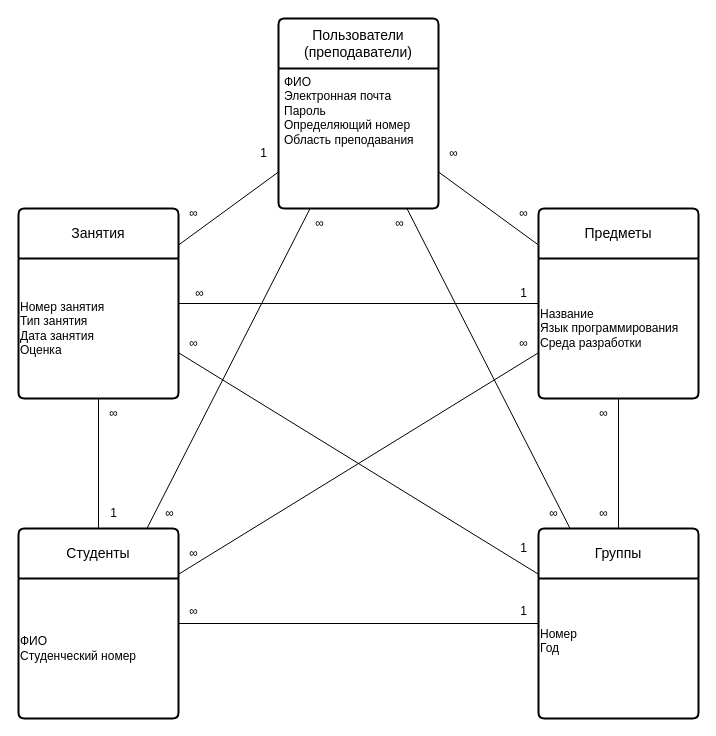
Before: ERD_Concept.drawio in PaulMatthewss/PP2, a draw.io diagram. Source tidied: cells renumbered, new cells numbered last; positions are measured from the earlier drawing's top-left corner, leaving out a move shared by most shapes. Both pictures are drawn from the tidied source at 100%, with x=0, y=0 at pixel (18, 18).
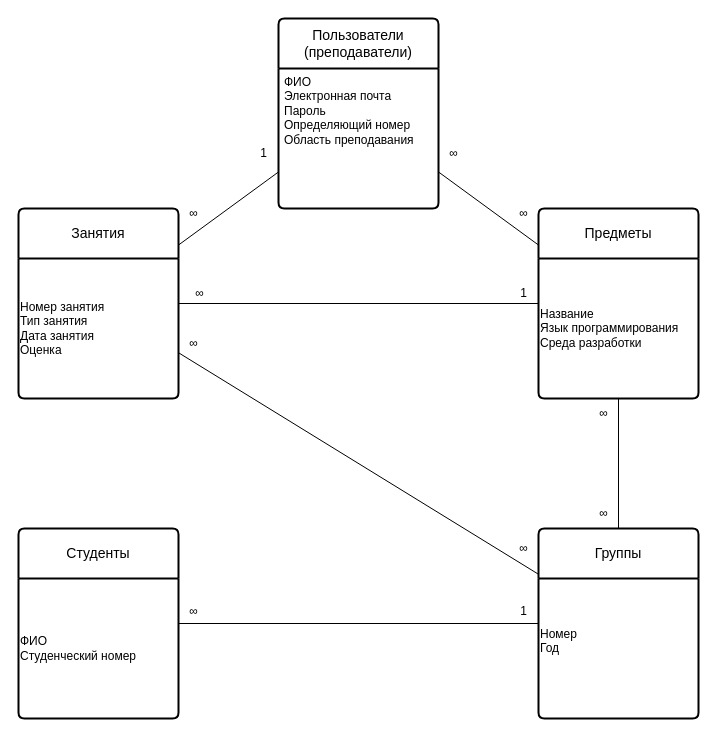
The same diagram, later.

Unchanged cells that the change refers to:
```xml
<mxCell id="2" value="Пользователи (преподаватели)" style="swimlane;horizontal=1;startSize=50;rounded=1;fontSize=14;fontStyle=0;strokeWidth=2;shadow=0;dashed=0;align=center;arcSize=4;whiteSpace=wrap;html=1;" parent="1" vertex="1">
  <mxGeometry x="260" width="160" height="190" as="geometry" />
</mxCell>
<mxCell id="4" value="Группы" style="swimlane;horizontal=1;startSize=50;rounded=1;fontSize=14;fontStyle=0;strokeWidth=2;shadow=0;dashed=0;align=center;arcSize=4;whiteSpace=wrap;html=1;" parent="1" vertex="1">
  <mxGeometry x="520" y="510" width="160" height="190" as="geometry" />
</mxCell>
<mxCell id="6" value="Студенты" style="swimlane;horizontal=1;startSize=50;rounded=1;fontSize=14;fontStyle=0;strokeWidth=2;shadow=0;dashed=0;align=center;arcSize=4;whiteSpace=wrap;html=1;" parent="1" vertex="1">
  <mxGeometry y="510" width="160" height="190" as="geometry" />
</mxCell>
<mxCell id="8" value="Предметы" style="swimlane;horizontal=1;startSize=50;rounded=1;fontSize=14;fontStyle=0;strokeWidth=2;shadow=0;dashed=0;align=center;arcSize=4;whiteSpace=wrap;html=1;" parent="1" vertex="1">
  <mxGeometry x="520" y="190" width="160" height="190" as="geometry" />
</mxCell>
<mxCell id="10" value="Занятия" style="swimlane;horizontal=1;startSize=50;rounded=1;fontSize=14;fontStyle=0;strokeWidth=2;shadow=0;dashed=0;align=center;arcSize=4;whiteSpace=wrap;html=1;" parent="1" vertex="1">
  <mxGeometry y="190" width="160" height="190" as="geometry" />
</mxCell>
```

Diff of the diagram source:
```diff
@@
-    <mxCell id="12" style="endArrow=none;html=1;rounded=0;" parent="1" edge="1" source="2" target="4">
-      <mxGeometry relative="1" as="geometry" />
-    </mxCell>
-    <mxCell id="13" style="endArrow=none;html=1;rounded=0;" parent="1" edge="1" source="2" target="6">
-      <mxGeometry relative="1" as="geometry" />
-    </mxCell>
@@
-    <mxCell id="18" style="endArrow=none;html=1;rounded=0;" parent="1" edge="1" source="6" target="10">
-      <mxGeometry relative="1" as="geometry" />
-    </mxCell>
@@
-    <mxCell id="23" value="∞" style="text;html=1;align=center;verticalAlign=middle;strokeColor=none;fillColor=none;" parent="1" vertex="1">
-      <mxGeometry x="366" y="190" width="30" height="30" as="geometry" />
-    </mxCell>
-    <mxCell id="24" value="∞" style="text;html=1;align=center;verticalAlign=middle;strokeColor=none;fillColor=none;" parent="1" vertex="1">
-      <mxGeometry x="520" y="480" width="30" height="30" as="geometry" />
-    </mxCell>
-    <mxCell id="25" value="∞" style="text;html=1;align=center;verticalAlign=middle;strokeColor=none;fillColor=none;" parent="1" vertex="1">
-      <mxGeometry x="286" y="190" width="30" height="30" as="geometry" />
-    </mxCell>
-    <mxCell id="26" value="∞" style="text;html=1;align=center;verticalAlign=middle;strokeColor=none;fillColor=none;" parent="1" vertex="1">
-      <mxGeometry x="136" y="480" width="30" height="30" as="geometry" />
-    </mxCell>
@@
-    <mxCell id="31" value="1" style="text;html=1;align=center;verticalAlign=middle;strokeColor=none;fillColor=none;" parent="1" vertex="1">
-      <mxGeometry x="80" y="480" width="30" height="30" as="geometry" />
-    </mxCell>
-    <mxCell id="32" value="∞" style="text;html=1;align=center;verticalAlign=middle;strokeColor=none;fillColor=none;" parent="1" vertex="1">
-      <mxGeometry x="80" y="380" width="30" height="30" as="geometry" />
-    </mxCell>
@@
-    <mxCell id="37" value="1" style="text;html=1;align=center;verticalAlign=middle;strokeColor=none;fillColor=none;" parent="1" vertex="1">
+    <mxCell id="37" value="∞" style="text;html=1;align=center;verticalAlign=middle;strokeColor=none;fillColor=none;" parent="1" vertex="1">
       <mxGeometry x="490" y="515" width="30" height="30" as="geometry" />
     </mxCell>
@@
-    <mxCell id="39" style="endArrow=none;html=1;rounded=0;" parent="1" edge="1" source="8" target="6">
-      <mxGeometry relative="1" as="geometry" />
-    </mxCell>
-    <mxCell id="40" value="∞" style="text;html=1;align=center;verticalAlign=middle;strokeColor=none;fillColor=none;" parent="1" vertex="1">
-      <mxGeometry x="160" y="520" width="30" height="30" as="geometry" />
-    </mxCell>
-    <mxCell id="41" value="∞" style="text;html=1;align=center;verticalAlign=middle;strokeColor=none;fillColor=none;" parent="1" vertex="1">
-      <mxGeometry x="490" y="310" width="30" height="30" as="geometry" />
-    </mxCell>
```
